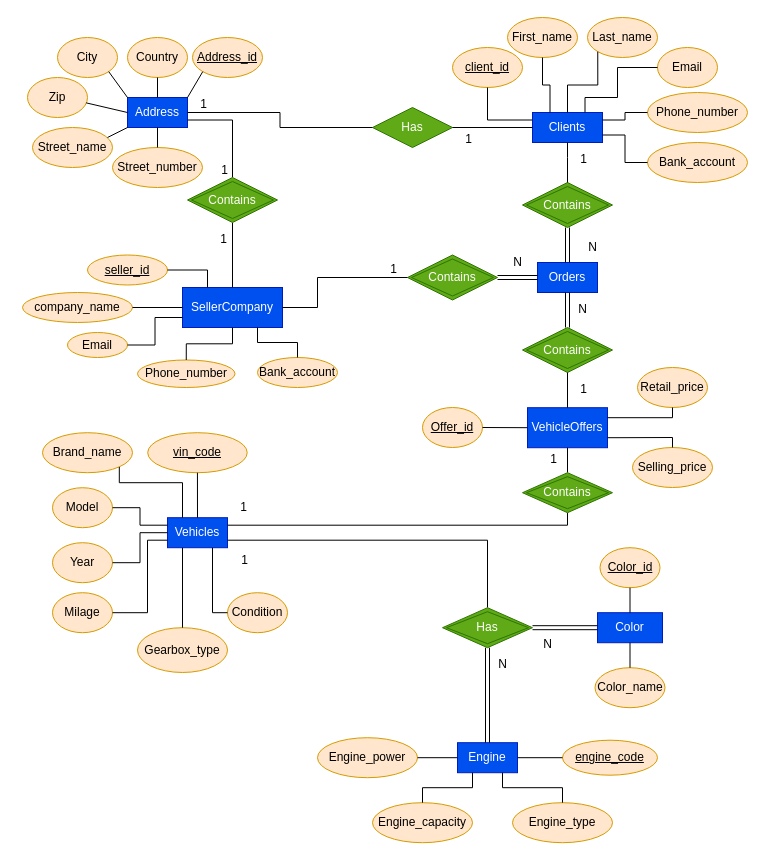
Before: Chen notation.drawio in kstekels/Car-Marketplace, a draw.io diagram. Source tidied: cells renumbered, new cells numbered last; positions are measured from the earlier drawing's top-left corner, leaving out a move shared by most shapes. Both pictures are drawn from the tidied source at 100%, with x=0, y=0 at pixel (22, 17).
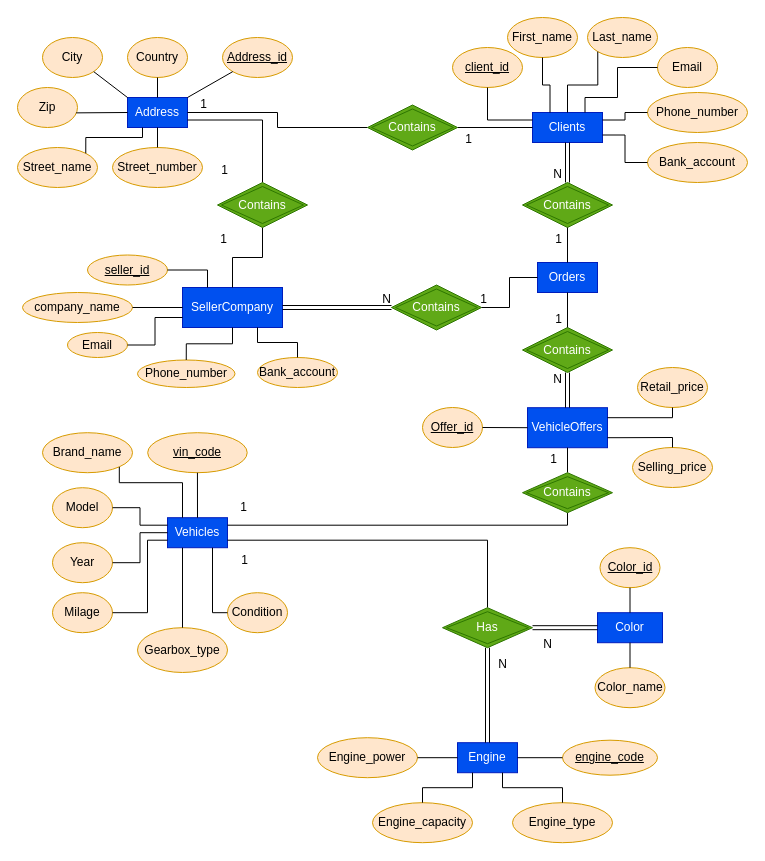
The same page after the edit.

The change refers to these unchanged cells:
```xml
<mxCell id="2" value="Clients" style="rounded=0;whiteSpace=wrap;html=1;fillColor=#0050ef;strokeColor=#001DBC;fontColor=#ffffff;" parent="1" vertex="1">
  <mxGeometry x="510" y="95" width="70" height="30" as="geometry" />
</mxCell>
<mxCell id="3" value="Address" style="rounded=0;whiteSpace=wrap;html=1;fillColor=#0050ef;fontColor=#ffffff;strokeColor=#001DBC;" parent="1" vertex="1">
  <mxGeometry x="105" y="80" width="60" height="30" as="geometry" />
</mxCell>
<mxCell id="4" value="SellerCompany" style="rounded=0;whiteSpace=wrap;html=1;fillColor=#0050ef;fontColor=#ffffff;strokeColor=#001DBC;" parent="1" vertex="1">
  <mxGeometry x="160" y="270" width="100" height="40" as="geometry" />
</mxCell>
<mxCell id="5" value="Orders" style="rounded=0;whiteSpace=wrap;html=1;fillColor=#0050ef;fontColor=#ffffff;strokeColor=#001DBC;" parent="1" vertex="1">
  <mxGeometry x="515" y="245" width="60" height="30" as="geometry" />
</mxCell>
<mxCell id="6" value="VehicleOffers" style="rounded=0;whiteSpace=wrap;html=1;fillColor=#0050ef;fontColor=#ffffff;strokeColor=#001DBC;" parent="1" vertex="1">
  <mxGeometry x="505" y="390.2" width="80" height="40" as="geometry" />
</mxCell>
<mxCell id="43" value="Contains" style="shape=rhombus;double=1;perimeter=rhombusPerimeter;whiteSpace=wrap;html=1;align=center;fillColor=#60a917;fontColor=#ffffff;strokeColor=#2D7600;" parent="1" vertex="1">
  <mxGeometry x="500" y="310" width="90" height="45" as="geometry" />
</mxCell>
<mxCell id="44" value="Contains" style="shape=rhombus;double=1;perimeter=rhombusPerimeter;whiteSpace=wrap;html=1;align=center;fillColor=#60a917;fontColor=#ffffff;strokeColor=#2D7600;" parent="1" vertex="1">
  <mxGeometry x="500" y="165" width="90" height="45" as="geometry" />
</mxCell>
```

Change to the diagram source:
```diff
@@
-    <mxCell id="13" value="Has" style="rhombus;whiteSpace=wrap;html=1;fillColor=#60a917;strokeColor=#2D7600;fontColor=#ffffff;" parent="1" vertex="1">
-      <mxGeometry x="350" y="90" width="80" height="40" as="geometry" />
-    </mxCell>
     <mxCell id="14" value="&lt;u&gt;Address_id&lt;/u&gt;" style="ellipse;whiteSpace=wrap;html=1;fillColor=#ffe6cc;strokeColor=#d79b00;" parent="1" vertex="1">
-      <mxGeometry x="170" y="20" width="70" height="40" as="geometry" />
+      <mxGeometry x="200" y="20" width="70" height="40" as="geometry" />
     </mxCell>
@@
     <mxCell id="17" value="City" style="ellipse;whiteSpace=wrap;html=1;fillColor=#ffe6cc;strokeColor=#d79b00;" parent="1" vertex="1">
-      <mxGeometry x="35" y="20" width="60" height="40" as="geometry" />
+      <mxGeometry x="20" y="20" width="60" height="40" as="geometry" />
     </mxCell>
     <mxCell id="18" value="Street_name" style="ellipse;whiteSpace=wrap;html=1;fillColor=#ffe6cc;strokeColor=#d79b00;" parent="1" vertex="1">
-      <mxGeometry x="10" y="110" width="80" height="40" as="geometry" />
+      <mxGeometry x="-5" y="130" width="80" height="40" as="geometry" />
     </mxCell>
@@
-    <mxCell id="20" style="endArrow=none;html=1;rounded=0;exitX=1;exitY=0.5;exitDx=0;exitDy=0;entryX=0;entryY=0.5;entryDx=0;entryDy=0;edgeStyle=orthogonalEdgeStyle;" parent="1" edge="1" source="13" target="2">
+    <mxCell id="20" style="endArrow=none;html=1;rounded=0;entryX=0;entryY=0.5;entryDx=0;entryDy=0;edgeStyle=orthogonalEdgeStyle;exitX=1;exitY=0.5;exitDx=0;exitDy=0;" parent="1" edge="1" source="114" target="2">
       <mxGeometry relative="1" as="geometry" />
     </mxCell>
@@
-    <mxCell id="22" style="endArrow=none;html=1;rounded=0;entryX=1;entryY=0.5;entryDx=0;entryDy=0;exitX=0;exitY=0.5;exitDx=0;exitDy=0;edgeStyle=orthogonalEdgeStyle;" parent="1" edge="1" source="13" target="3">
+    <mxCell id="22" style="endArrow=none;html=1;rounded=0;entryX=1;entryY=0.5;entryDx=0;entryDy=0;exitX=0;exitY=0.5;exitDx=0;exitDy=0;edgeStyle=orthogonalEdgeStyle;" parent="1" edge="1" source="114" target="3">
       <mxGeometry relative="1" as="geometry" />
     </mxCell>
@@
-    <mxCell id="26" style="endArrow=none;html=1;rounded=0;exitX=0;exitY=1;exitDx=0;exitDy=0;" parent="1" edge="1" source="3">
-      <mxGeometry relative="1" as="geometry">
-        <mxPoint x="85" y="120" as="targetPoint" />
-      </mxGeometry>
-    </mxCell>
@@
     <mxCell id="31" value="Zip" style="ellipse;whiteSpace=wrap;html=1;fillColor=#ffe6cc;strokeColor=#d79b00;" parent="1" vertex="1">
-      <mxGeometry x="5" y="60" width="60" height="40" as="geometry" />
+      <mxGeometry x="-5" y="70" width="60" height="40" as="geometry" />
     </mxCell>
@@
-    <mxCell id="38" style="endArrow=none;html=1;rounded=0;entryX=0.5;entryY=0;entryDx=0;entryDy=0;exitX=0.5;exitY=1;exitDx=0;exitDy=0;" parent="1" edge="1" source="101" target="4">
+    <mxCell id="38" style="endArrow=none;html=1;rounded=0;entryX=0.5;entryY=0;entryDx=0;entryDy=0;exitX=0.5;exitY=1;exitDx=0;exitDy=0;edgeStyle=orthogonalEdgeStyle;" parent="1" edge="1" source="101" target="4">
       <mxGeometry relative="1" as="geometry" />
     </mxCell>
@@
     <mxCell id="40" style="endArrow=none;html=1;rounded=0;entryX=1;entryY=0.75;entryDx=0;entryDy=0;edgeStyle=orthogonalEdgeStyle;exitX=0.5;exitY=0;exitDx=0;exitDy=0;" parent="1" edge="1" source="101" target="3">
       <mxGeometry relative="1" as="geometry">
         <Array as="points">
-          <mxPoint x="210" y="103" />
+          <mxPoint x="240" y="103" />
         </Array>
       </mxGeometry>
     </mxCell>
@@
     <mxCell id="42" value="Contains" style="shape=rhombus;double=1;perimeter=rhombusPerimeter;whiteSpace=wrap;html=1;align=center;fillColor=#60a917;fontColor=#ffffff;strokeColor=#2D7600;" parent="1" vertex="1">
-      <mxGeometry x="385" y="237.5" width="90" height="45" as="geometry" />
+      <mxGeometry x="369" y="267.5" width="90" height="45" as="geometry" />
     </mxCell>
@@
-    <mxCell id="45" style="shape=link;html=1;rounded=0;exitX=1;exitY=0.5;exitDx=0;exitDy=0;entryX=0;entryY=0.5;entryDx=0;entryDy=0;" parent="1" edge="1" source="42" target="5">
-      <mxGeometry relative="1" as="geometry" />
-    </mxCell>
-    <mxCell id="46" value="N" style="html=1;align=right;verticalAlign=bottom;" parent="45" vertex="1">
-      <mxGeometry x="1" relative="1" as="geometry">
-        <mxPoint x="-15" y="-7" as="offset" />
-      </mxGeometry>
-    </mxCell>
-    <mxCell id="47" style="endArrow=none;html=1;rounded=0;exitX=1;exitY=0.5;exitDx=0;exitDy=0;entryX=0;entryY=0.5;entryDx=0;entryDy=0;edgeStyle=orthogonalEdgeStyle;" parent="1" edge="1" source="4" target="42">
-      <mxGeometry relative="1" as="geometry">
-        <Array as="points">
-          <mxPoint x="295" y="290" />
-          <mxPoint x="295" y="260" />
-        </Array>
-      </mxGeometry>
-    </mxCell>
-    <mxCell id="48" value="1" style="html=1;align=right;verticalAlign=bottom;" parent="47" vertex="1">
-      <mxGeometry x="1" relative="1" as="geometry">
-        <mxPoint x="-10" as="offset" />
-      </mxGeometry>
-    </mxCell>
-    <mxCell id="49" style="shape=link;html=1;rounded=0;exitX=0.5;exitY=1;exitDx=0;exitDy=0;entryX=0.5;entryY=0;entryDx=0;entryDy=0;" parent="1" edge="1" source="44" target="5">
-      <mxGeometry relative="1" as="geometry" />
-    </mxCell>
-    <mxCell id="50" value="N" style="html=1;align=right;verticalAlign=bottom;" parent="49" vertex="1">
-      <mxGeometry x="1" relative="1" as="geometry">
-        <mxPoint x="30" y="-7" as="offset" />
-      </mxGeometry>
-    </mxCell>
-    <mxCell id="51" style="endArrow=none;html=1;rounded=0;entryX=0.5;entryY=1;entryDx=0;entryDy=0;exitX=0.5;exitY=0;exitDx=0;exitDy=0;edgeStyle=elbowEdgeStyle;" parent="1" edge="1" source="44" target="2">
-      <mxGeometry relative="1" as="geometry">
-        <Array as="points">
-          <mxPoint x="545" y="140" />
-        </Array>
-      </mxGeometry>
-    </mxCell>
-    <mxCell id="52" value="1" style="html=1;align=right;verticalAlign=bottom;" parent="51" vertex="1">
-      <mxGeometry x="1" relative="1" as="geometry">
-        <mxPoint x="20" y="25" as="offset" />
-      </mxGeometry>
-    </mxCell>
-    <mxCell id="53" style="shape=link;html=1;rounded=0;exitX=0.5;exitY=0;exitDx=0;exitDy=0;entryX=0.5;entryY=1;entryDx=0;entryDy=0;" parent="1" edge="1" source="43" target="5">
-      <mxGeometry relative="1" as="geometry" />
-    </mxCell>
-    <mxCell id="54" value="N" style="html=1;align=right;verticalAlign=bottom;" parent="53" vertex="1">
-      <mxGeometry x="1" relative="1" as="geometry">
-        <mxPoint x="20" y="25" as="offset" />
-      </mxGeometry>
-    </mxCell>
-    <mxCell id="55" style="endArrow=none;html=1;rounded=0;entryX=0.5;entryY=0;entryDx=0;entryDy=0;exitX=0.5;exitY=1;exitDx=0;exitDy=0;" parent="1" edge="1" source="43" target="6">
-      <mxGeometry relative="1" as="geometry" />
-    </mxCell>
-    <mxCell id="56" value="1" style="html=1;align=right;verticalAlign=bottom;" parent="55" vertex="1">
-      <mxGeometry x="1" relative="1" as="geometry">
-        <mxPoint x="20" y="-10" as="offset" />
-      </mxGeometry>
-    </mxCell>
@@
     <mxCell id="101" value="Contains" style="shape=rhombus;double=1;perimeter=rhombusPerimeter;whiteSpace=wrap;html=1;align=center;fillColor=#60a917;fontColor=#ffffff;strokeColor=#2D7600;" parent="1" vertex="1">
-      <mxGeometry x="165" y="160" width="90" height="45" as="geometry" />
+      <mxGeometry x="195" y="165" width="90" height="45" as="geometry" />
     </mxCell>
@@
+    <mxCell id="113" style="endArrow=none;html=1;rounded=0;entryX=1;entryY=0;entryDx=0;entryDy=0;exitX=0.25;exitY=1;exitDx=0;exitDy=0;edgeStyle=orthogonalEdgeStyle;" parent="1" edge="1" source="3" target="18">
+      <mxGeometry relative="1" as="geometry" />
+    </mxCell>
+    <mxCell id="114" value="Contains" style="shape=rhombus;double=1;perimeter=rhombusPerimeter;whiteSpace=wrap;html=1;align=center;fillColor=#60a917;fontColor=#ffffff;strokeColor=#2D7600;" parent="1" vertex="1">
+      <mxGeometry x="345" y="87.5" width="90" height="45" as="geometry" />
+    </mxCell>
+    <mxCell id="45" style="endArrow=none;html=1;rounded=0;entryX=0;entryY=0.5;entryDx=0;entryDy=0;exitX=1;exitY=0.5;exitDx=0;exitDy=0;edgeStyle=orthogonalEdgeStyle;" parent="1" edge="1" source="42" target="5">
+      <mxGeometry relative="1" as="geometry" />
+    </mxCell>
+    <mxCell id="115" value="1" style="html=1;align=right;verticalAlign=bottom;" parent="45" vertex="1">
+      <mxGeometry x="1" relative="1" as="geometry">
+        <mxPoint x="-50" y="30" as="offset" />
+      </mxGeometry>
+    </mxCell>
+    <mxCell id="53" style="endArrow=none;html=1;rounded=0;entryX=0.5;entryY=1;entryDx=0;entryDy=0;exitX=0.5;exitY=0;exitDx=0;exitDy=0;" parent="1" edge="1" source="43" target="5">
+      <mxGeometry relative="1" as="geometry" />
+    </mxCell>
+    <mxCell id="116" value="1" style="html=1;align=right;verticalAlign=bottom;" parent="53" vertex="1">
+      <mxGeometry x="1" relative="1" as="geometry">
+        <mxPoint x="-5" y="35" as="offset" />
+      </mxGeometry>
+    </mxCell>
+    <mxCell id="49" style="endArrow=none;html=1;rounded=0;entryX=0.5;entryY=0;entryDx=0;entryDy=0;exitX=0.5;exitY=1;exitDx=0;exitDy=0;" parent="1" edge="1" source="44" target="5">
+      <mxGeometry relative="1" as="geometry" />
+    </mxCell>
+    <mxCell id="117" value="1" style="html=1;align=right;verticalAlign=bottom;" parent="49" vertex="1">
+      <mxGeometry x="1" relative="1" as="geometry">
+        <mxPoint x="-5" y="-15" as="offset" />
+      </mxGeometry>
+    </mxCell>
+    <mxCell id="118" style="shape=link;html=1;rounded=0;entryX=0.5;entryY=0;entryDx=0;entryDy=0;exitX=0.5;exitY=1;exitDx=0;exitDy=0;" parent="1" edge="1" source="2" target="44">
+      <mxGeometry relative="1" as="geometry" />
+    </mxCell>
+    <mxCell id="119" value="N" style="html=1;align=right;verticalAlign=bottom;" parent="118" vertex="1">
+      <mxGeometry x="1" relative="1" as="geometry">
+        <mxPoint x="-5" as="offset" />
+      </mxGeometry>
+    </mxCell>
+    <mxCell id="120" style="shape=link;html=1;rounded=0;entryX=0.5;entryY=1;entryDx=0;entryDy=0;exitX=0.5;exitY=0;exitDx=0;exitDy=0;" parent="1" edge="1" source="6" target="43">
+      <mxGeometry relative="1" as="geometry" />
+    </mxCell>
+    <mxCell id="121" value="N" style="html=1;align=right;verticalAlign=bottom;" parent="120" vertex="1">
+      <mxGeometry x="1" relative="1" as="geometry">
+        <mxPoint x="-5" y="15" as="offset" />
+      </mxGeometry>
+    </mxCell>
+    <mxCell id="47" style="shape=link;html=1;rounded=0;entryX=0;entryY=0.5;entryDx=0;entryDy=0;exitX=1;exitY=0.5;exitDx=0;exitDy=0;" parent="1" edge="1" source="4" target="42">
+      <mxGeometry relative="1" as="geometry" />
+    </mxCell>
+    <mxCell id="122" value="N" style="html=1;align=right;verticalAlign=bottom;" parent="47" vertex="1">
+      <mxGeometry x="1" relative="1" as="geometry" />
+    </mxCell>
```
